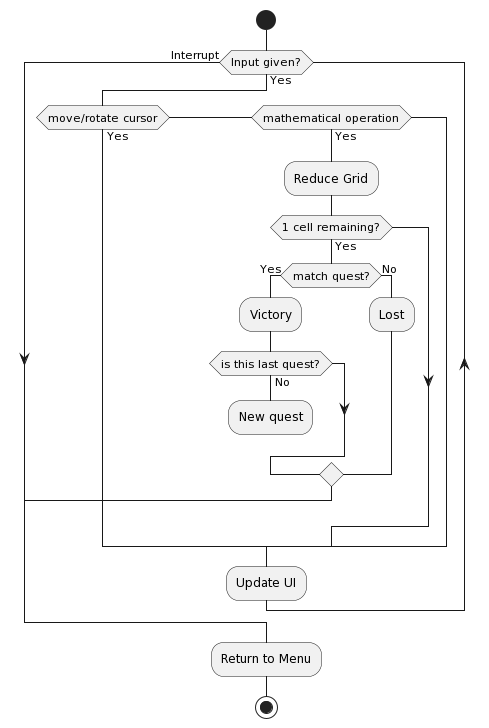
Before: doc/Software Structure/questactivity.png, a diagram exported from PlantUML (AntoninoRando/Grid-Quest).
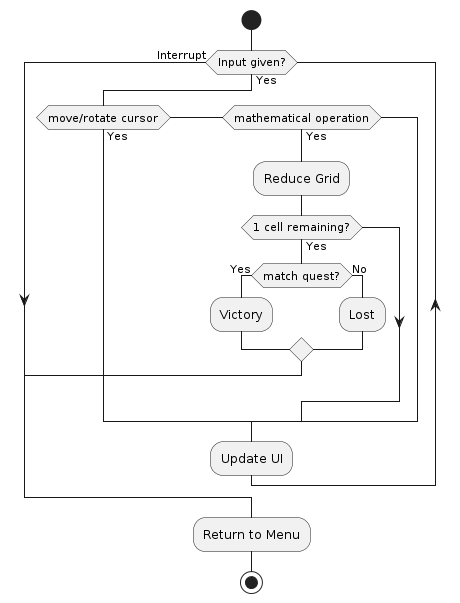
Above is the later version.

What changed in the source:
```diff
@@ -11,10 +11,6 @@
         if (1 cell remaining?) then (Yes)
             if (match quest?) then (Yes)
                 :Victory;
-                if (is this last quest?) then (No)
-                    :New quest;
-                    detach
-                endif
             else (No)
                 :Lost;
             endif
```
